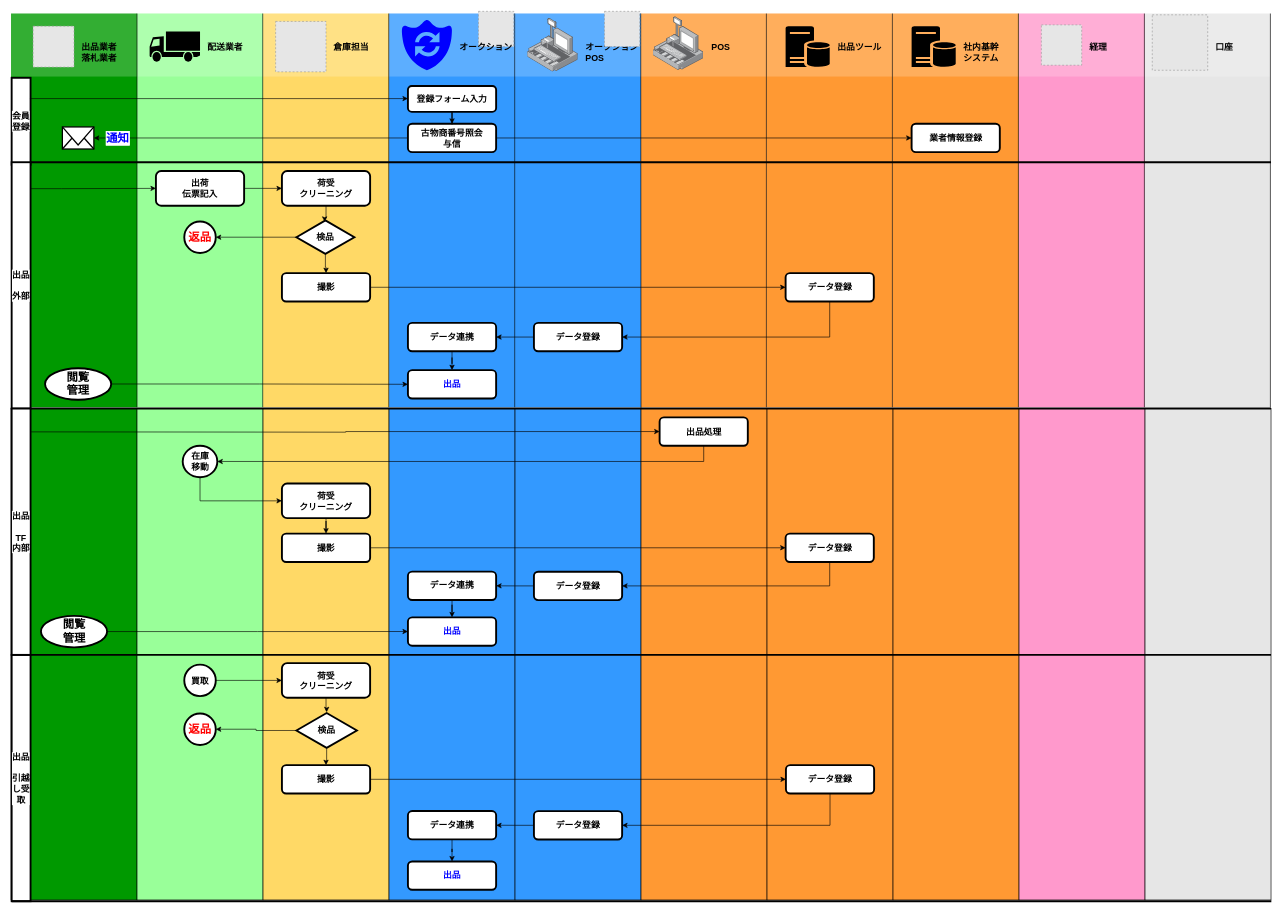
Above: 業務フロー図.drawio in cy-shuhei-ohno/test (draw.io), before the change. Source tidied: cells renumbered, new cells numbered last; positions are measured from the earlier drawing's top-left corner, leaving out a move shared by most shapes. Both pictures are drawn from the tidied source at 63%, with x=0, y=0 at pixel (11, 11). Pictures stored in the file or linked from it are replaced by grey dashed boxes.
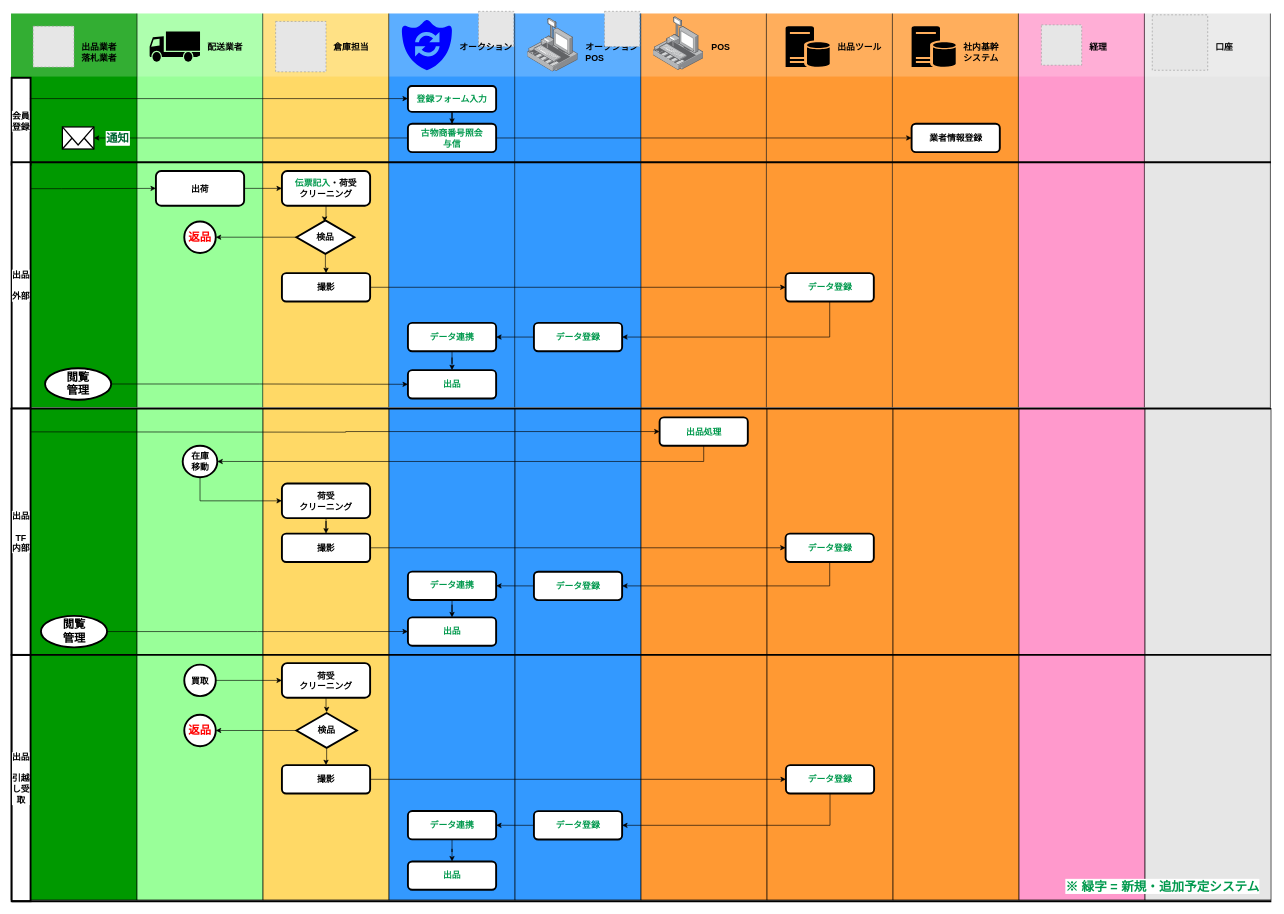
After the change.

Commit message (it also covers changes not shown here):
Update 業務フロー図.drawio

The change refers to these unchanged cells:
```xml
<mxCell id="72" style="group;" parent="71" vertex="1">
  <mxGeometry width="200" height="641" as="geometry" />
</mxCell>
<mxCell id="86" style="group;" parent="1" vertex="1">
  <mxGeometry x="600" y="4" width="200" height="641" as="geometry" />
</mxCell>
<mxCell id="96" style="group;" parent="1" vertex="1">
  <mxGeometry x="400" y="4" width="200" height="641" as="geometry" />
</mxCell>
<mxCell id="107" style="group;fontStyle=1;" parent="1" vertex="1">
  <mxGeometry x="200" y="4" width="200" height="641" as="geometry" />
</mxCell>
<mxCell id="135" style="edgeStyle=orthogonalEdgeStyle;rounded=0;jettySize=auto;html=1;fontSize=14;fontColor=#000000;" parent="1" edge="1" source="92" target="121">
  <mxGeometry relative="1" as="geometry" />
</mxCell>
```

Diff of the diagram source:
```diff
@@
-    <mxCell id="2" style="group;" parent="1" vertex="1">
+    <mxCell id="2" style="group;fontColor=#00CC00;" parent="1" vertex="1">
       <mxGeometry y="631" width="2000" height="782" as="geometry" />
     </mxCell>
@@
-    <mxCell id="20" value="出品処理" style="rounded=1;whiteSpace=wrap;html=1;labelBackgroundColor=#ffffff;strokeWidth=3;fillColor=#FFFFFF;gradientColor=none;fontSize=14;fontColor=#000000;align=center;fontStyle=1;" parent="2" vertex="1">
+    <mxCell id="20" value="出品処理" style="rounded=1;whiteSpace=wrap;html=1;labelBackgroundColor=#ffffff;strokeWidth=3;fillColor=#FFFFFF;gradientColor=none;fontSize=14;fontColor=#00994D;align=center;fontStyle=1;" parent="2" vertex="1">
       <mxGeometry x="1029.5" y="14" width="140" height="45" as="geometry" />
     </mxCell>
@@
-    <mxCell id="22" value="データ登録" style="rounded=1;whiteSpace=wrap;html=1;labelBackgroundColor=#ffffff;strokeWidth=3;fillColor=#FFFFFF;gradientColor=none;fontSize=14;fontColor=#000000;align=center;fontStyle=1;" parent="2" vertex="1">
+    <mxCell id="22" value="データ登録" style="rounded=1;whiteSpace=wrap;html=1;labelBackgroundColor=#ffffff;strokeWidth=3;fillColor=#FFFFFF;gradientColor=none;fontSize=14;fontColor=#00994D;align=center;fontStyle=1;" parent="2" vertex="1">
       <mxGeometry x="1229.5" y="198.5" width="140" height="45" as="geometry" />
     </mxCell>
@@
-    <mxCell id="24" value="データ登録" style="rounded=1;whiteSpace=wrap;html=1;labelBackgroundColor=#ffffff;strokeWidth=3;fillColor=#FFFFFF;gradientColor=none;fontSize=14;fontColor=#000000;align=center;fontStyle=1;" parent="2" vertex="1">
+    <mxCell id="24" value="データ登録" style="rounded=1;whiteSpace=wrap;html=1;labelBackgroundColor=#ffffff;strokeWidth=3;fillColor=#FFFFFF;gradientColor=none;fontSize=14;fontColor=#00994D;align=center;fontStyle=1;" parent="2" vertex="1">
       <mxGeometry x="830" y="259" width="140" height="45" as="geometry" />
     </mxCell>
@@
-    <mxCell id="26" value="データ連携&lt;br&gt;" style="rounded=1;whiteSpace=wrap;html=1;labelBackgroundColor=#ffffff;strokeWidth=3;fillColor=#FFFFFF;gradientColor=none;fontSize=14;fontColor=#000000;align=center;fontStyle=1;" parent="2" vertex="1">
+    <mxCell id="26" value="データ連携&lt;br&gt;" style="rounded=1;whiteSpace=wrap;html=1;labelBackgroundColor=#ffffff;strokeWidth=3;fillColor=#FFFFFF;gradientColor=none;fontSize=14;fontColor=#00994D;align=center;fontStyle=1;" parent="2" vertex="1">
       <mxGeometry x="630" y="258.9" width="140" height="45" as="geometry" />
     </mxCell>
-    <mxCell id="27" value="出品" style="rounded=1;whiteSpace=wrap;html=1;labelBackgroundColor=#ffffff;strokeWidth=3;fillColor=#FFFFFF;gradientColor=none;fontSize=14;fontColor=#0000FF;align=center;fontStyle=1;" parent="2" vertex="1">
+    <mxCell id="27" value="出品" style="rounded=1;whiteSpace=wrap;html=1;labelBackgroundColor=#ffffff;strokeWidth=3;fillColor=#FFFFFF;gradientColor=none;fontSize=14;fontColor=#00994D;align=center;fontStyle=1;" parent="2" vertex="1">
       <mxGeometry x="630" y="331.4" width="140" height="45" as="geometry" />
     </mxCell>
@@
     <mxCell id="42" value="返品" style="ellipse;whiteSpace=wrap;html=1;labelBackgroundColor=#ffffff;strokeWidth=3;fontSize=18;align=center;fontStyle=1;fontColor=#FF0000;" parent="2" vertex="1">
-      <mxGeometry x="275" y="484" width="50" height="50" as="geometry" />
+      <mxGeometry x="275" y="486" width="50" height="50" as="geometry" />
     </mxCell>
@@
-    <mxCell id="44" value="データ登録" style="rounded=1;whiteSpace=wrap;html=1;labelBackgroundColor=#ffffff;strokeWidth=3;fillColor=#FFFFFF;gradientColor=none;fontSize=14;fontColor=#000000;align=center;fontStyle=1;" parent="2" vertex="1">
+    <mxCell id="44" value="データ登録" style="rounded=1;whiteSpace=wrap;html=1;labelBackgroundColor=#ffffff;strokeWidth=3;fillColor=#FFFFFF;gradientColor=none;fontSize=14;fontColor=#00994D;align=center;fontStyle=1;" parent="2" vertex="1">
       <mxGeometry x="1230" y="566" width="140" height="45" as="geometry" />
     </mxCell>
@@
-    <mxCell id="46" value="データ登録" style="rounded=1;whiteSpace=wrap;html=1;labelBackgroundColor=#ffffff;strokeWidth=3;fillColor=#FFFFFF;gradientColor=none;fontSize=14;fontColor=#000000;align=center;fontStyle=1;" parent="2" vertex="1">
+    <mxCell id="46" value="データ登録" style="rounded=1;whiteSpace=wrap;html=1;labelBackgroundColor=#ffffff;strokeWidth=3;fillColor=#FFFFFF;gradientColor=none;fontSize=14;fontColor=#00994D;align=center;fontStyle=1;" parent="2" vertex="1">
       <mxGeometry x="830" y="639" width="140" height="45" as="geometry" />
     </mxCell>
@@
-    <mxCell id="48" value="データ連携&lt;br&gt;" style="rounded=1;whiteSpace=wrap;html=1;labelBackgroundColor=#ffffff;strokeWidth=3;fillColor=#FFFFFF;gradientColor=none;fontSize=14;fontColor=#000000;align=center;fontStyle=1;" parent="2" vertex="1">
+    <mxCell id="48" value="データ連携&lt;br&gt;" style="rounded=1;whiteSpace=wrap;html=1;labelBackgroundColor=#ffffff;strokeWidth=3;fillColor=#FFFFFF;gradientColor=none;fontSize=14;fontColor=#00994D;align=center;fontStyle=1;" parent="2" vertex="1">
       <mxGeometry x="630" y="638.9" width="140" height="45" as="geometry" />
     </mxCell>
-    <mxCell id="49" value="出品" style="rounded=1;whiteSpace=wrap;html=1;labelBackgroundColor=#ffffff;strokeWidth=3;fillColor=#FFFFFF;gradientColor=none;fontSize=14;fontColor=#0000FF;align=center;fontStyle=1;" parent="2" vertex="1">
+    <mxCell id="49" value="出品" style="rounded=1;whiteSpace=wrap;html=1;labelBackgroundColor=#ffffff;strokeWidth=3;fillColor=#FFFFFF;gradientColor=none;fontSize=14;fontColor=#00994D;align=center;fontStyle=1;" parent="2" vertex="1">
       <mxGeometry x="630" y="718.9" width="140" height="45" as="geometry" />
     </mxCell>
+    <mxCell id="149" value="※ 緑字 = 新規・追加予定システム" style="text;html=1;align=right;verticalAlign=top;spacingTop=-4;fontSize=20;fontColor=#00994D;fontStyle=1;labelBackgroundColor=#ffffff;" parent="2" vertex="1">
+      <mxGeometry x="1752.5" y="744" width="230" height="20" as="geometry" />
+    </mxCell>
@@
-    <mxCell id="78" value="データ登録" style="rounded=1;whiteSpace=wrap;html=1;labelBackgroundColor=#ffffff;strokeWidth=3;fillColor=#FFFFFF;gradientColor=none;fontSize=14;fontColor=#000000;align=center;fontStyle=1;" parent="72" vertex="1">
+    <mxCell id="78" value="データ登録" style="rounded=1;whiteSpace=wrap;html=1;labelBackgroundColor=#ffffff;strokeWidth=3;fillColor=#FFFFFF;gradientColor=none;fontSize=14;fontColor=#00994D;align=center;fontStyle=1;" parent="72" vertex="1">
       <mxGeometry x="30" y="412" width="140" height="45" as="geometry" />
     </mxCell>
@@
-    <mxCell id="92" value="古物商番号照会&lt;br&gt;与信&lt;br&gt;" style="rounded=1;whiteSpace=wrap;html=1;labelBackgroundColor=#ffffff;strokeWidth=3;fillColor=#FFFFFF;gradientColor=none;fontSize=14;fontColor=#000000;align=center;fontStyle=1;" parent="86" vertex="1">
+    <mxCell id="92" value="古物商番号照会&lt;br&gt;与信&lt;br&gt;" style="rounded=1;whiteSpace=wrap;html=1;labelBackgroundColor=#ffffff;strokeWidth=3;fillColor=#FFFFFF;gradientColor=none;fontSize=14;fontColor=#00994D;align=center;fontStyle=1;" parent="86" vertex="1">
       <mxGeometry x="30" y="175" width="140" height="45" as="geometry" />
     </mxCell>
@@
-    <mxCell id="94" value="データ連携&lt;br&gt;" style="rounded=1;whiteSpace=wrap;html=1;labelBackgroundColor=#ffffff;strokeWidth=3;fillColor=#FFFFFF;gradientColor=none;fontSize=14;fontColor=#000000;align=center;fontStyle=1;" parent="86" vertex="1">
+    <mxCell id="94" value="データ連携&lt;br&gt;" style="rounded=1;whiteSpace=wrap;html=1;labelBackgroundColor=#ffffff;strokeWidth=3;fillColor=#FFFFFF;gradientColor=none;fontSize=14;fontColor=#00994D;align=center;fontStyle=1;" parent="86" vertex="1">
       <mxGeometry x="30" y="491" width="140" height="45" as="geometry" />
     </mxCell>
-    <mxCell id="95" value="出品" style="rounded=1;whiteSpace=wrap;html=1;labelBackgroundColor=#ffffff;strokeWidth=3;fillColor=#FFFFFF;gradientColor=none;fontSize=14;fontColor=#0000FF;align=center;fontStyle=1;" parent="86" vertex="1">
+    <mxCell id="95" value="出品" style="rounded=1;whiteSpace=wrap;html=1;labelBackgroundColor=#ffffff;strokeWidth=3;fillColor=#FFFFFF;gradientColor=none;fontSize=14;fontColor=#00994D;align=center;fontStyle=1;" parent="86" vertex="1">
       <mxGeometry x="30" y="566" width="140" height="45" as="geometry" />
     </mxCell>
@@
-    <mxCell id="103" value="荷受&lt;br&gt;クリーニング&lt;br&gt;" style="rounded=1;whiteSpace=wrap;html=1;labelBackgroundColor=#ffffff;strokeWidth=3;fillColor=#FFFFFF;gradientColor=none;fontSize=14;fontColor=#000000;align=center;fontStyle=1;" parent="96" vertex="1">
+    <mxCell id="103" value="&lt;font color=&quot;#00994d&quot;&gt;伝票記入&lt;/font&gt;・荷受&lt;br&gt;クリーニング&lt;br&gt;" style="rounded=1;whiteSpace=wrap;html=1;labelBackgroundColor=#ffffff;strokeWidth=3;fillColor=#FFFFFF;gradientColor=none;fontSize=14;fontColor=#000000;align=center;fontStyle=1;" parent="96" vertex="1">
       <mxGeometry x="30" y="250" width="140" height="55" as="geometry" />
     </mxCell>
@@
-    <mxCell id="114" value="出荷&lt;br&gt;伝票記入&lt;br&gt;" style="rounded=1;whiteSpace=wrap;html=1;labelBackgroundColor=#ffffff;strokeWidth=3;fillColor=#FFFFFF;gradientColor=none;fontSize=14;fontColor=#000000;align=center;fontStyle=1;" parent="107" vertex="1">
+    <mxCell id="114" value="出荷&lt;br&gt;" style="rounded=1;whiteSpace=wrap;html=1;labelBackgroundColor=#ffffff;strokeWidth=3;fillColor=#FFFFFF;gradientColor=none;fontSize=14;fontColor=#000000;align=center;fontStyle=1;" parent="107" vertex="1">
       <mxGeometry x="30" y="250" width="140" height="55" as="geometry" />
     </mxCell>
@@
-    <mxCell id="128" value="登録フォーム入力&lt;br&gt;" style="rounded=1;whiteSpace=wrap;html=1;labelBackgroundColor=#ffffff;strokeWidth=3;fillColor=#FFFFFF;gradientColor=none;fontSize=14;fontColor=#000000;align=center;fontStyle=1;" parent="1" vertex="1">
+    <mxCell id="128" value="登録フォーム入力&lt;br&gt;" style="rounded=1;whiteSpace=wrap;html=1;labelBackgroundColor=#ffffff;strokeWidth=3;fillColor=#FFFFFF;gradientColor=none;fontSize=14;fontColor=#00994D;align=center;fontStyle=1;" parent="1" vertex="1">
       <mxGeometry x="630" y="119" width="140" height="41" as="geometry" />
     </mxCell>
@@
-    <mxCell id="136" value="&lt;b style=&quot;font-size: 18px;&quot;&gt;通知&lt;/b&gt;" style="text;html=1;align=center;verticalAlign=middle;labelBackgroundColor=#ffffff;fontSize=18;fontColor=#0000FF;labelBorderColor=#FFFFFF;" parent="135" vertex="1">
+    <mxCell id="136" value="&lt;b style=&quot;font-size: 18px;&quot;&gt;通知&lt;/b&gt;" style="text;html=1;align=center;verticalAlign=middle;labelBackgroundColor=#ffffff;fontSize=18;fontColor=#006633;labelBorderColor=#FFFFFF;" parent="135" vertex="1">
       <mxGeometry x="-0.36" y="4" relative="1" as="geometry">
         <mxPoint x="-301.5" y="-4" as="offset" />
       </mxGeometry>
     </mxCell>
@@
-    <mxCell id="141" value="データ登録" style="rounded=1;whiteSpace=wrap;html=1;labelBackgroundColor=#ffffff;strokeWidth=3;fillColor=#FFFFFF;gradientColor=none;fontSize=14;fontColor=#000000;align=center;fontStyle=1;" parent="1" vertex="1">
+    <mxCell id="141" value="データ登録" style="rounded=1;whiteSpace=wrap;html=1;labelBackgroundColor=#ffffff;strokeWidth=3;fillColor=#FFFFFF;gradientColor=none;fontSize=14;fontColor=#00994D;align=center;fontStyle=1;" parent="1" vertex="1">
       <mxGeometry x="830" y="495" width="140" height="45" as="geometry" />
     </mxCell>
```
